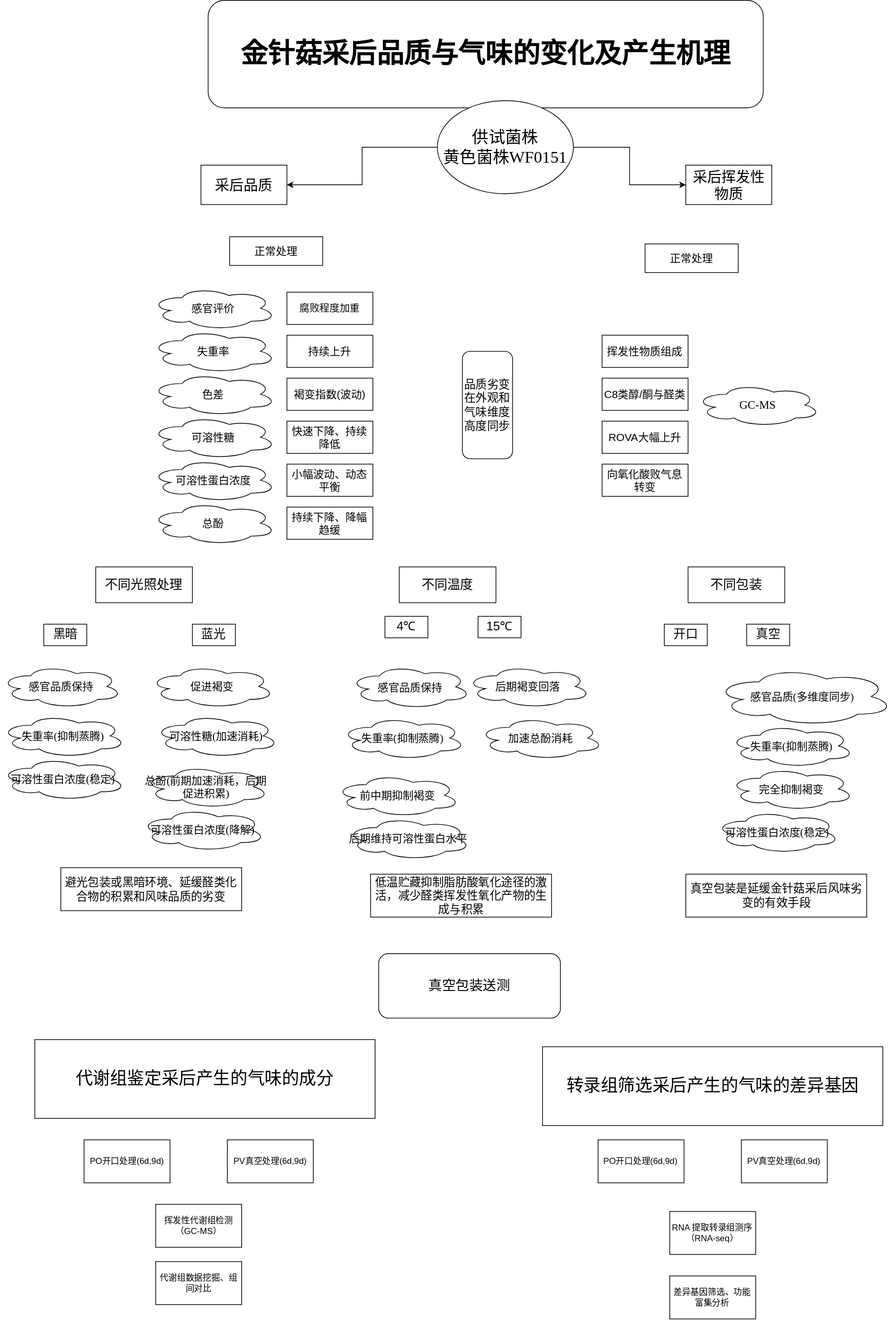
The draw.io diagram BBBY.svg in Darling-02-02/study, before a commit. Source tidied: cells renumbered, new cells last; positions are measured from the earlier drawing's top-left corner, leaving out a move shared by most shapes.
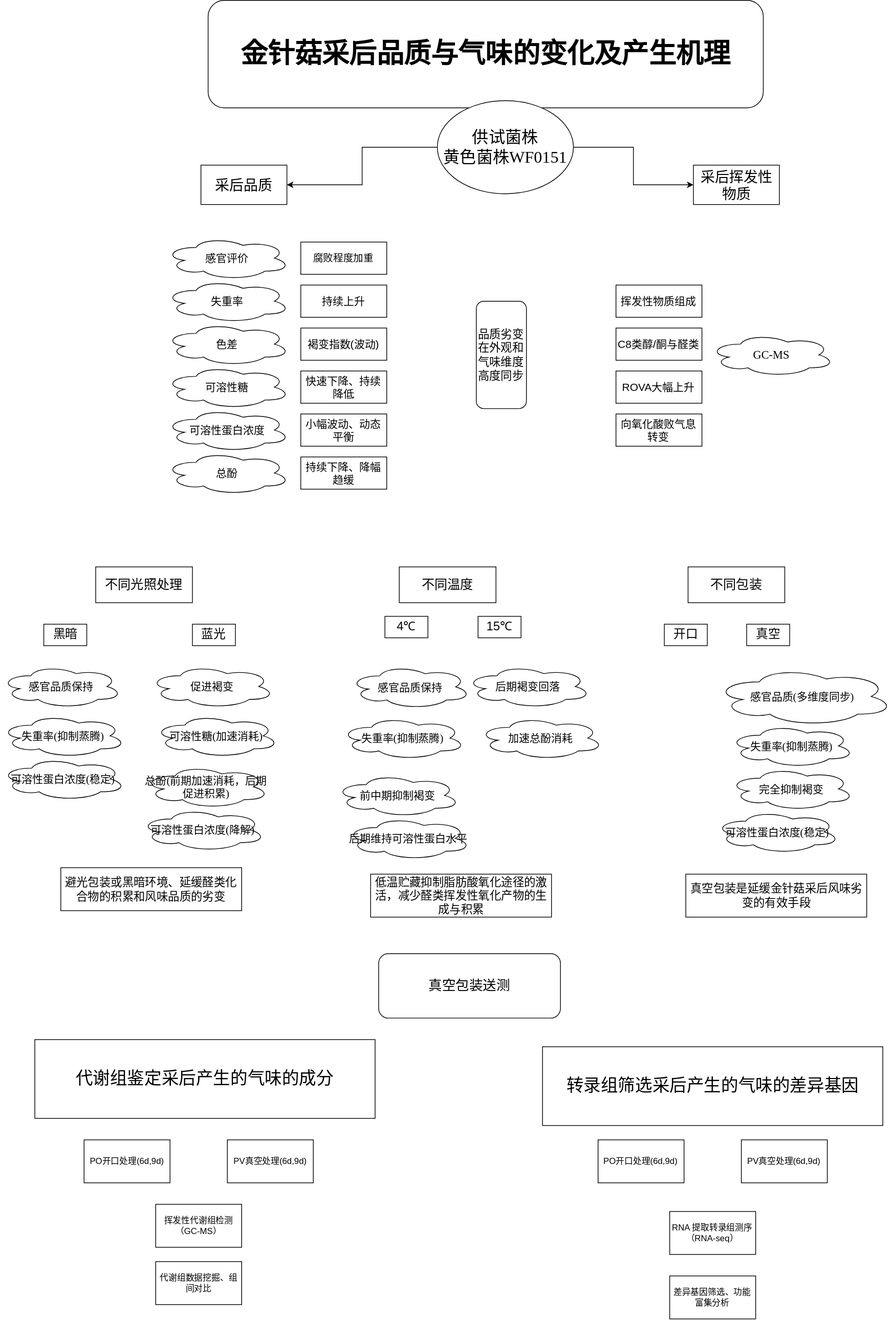
After the change.

Diff of the diagram source:
```diff
@@ -6,7 +6,7 @@
       <mxGeometry x="290" width="775" height="150" as="geometry" />
     </mxCell>
     <mxCell id="3" value="&lt;span style=&quot;font-family: 黑体; text-transform: uppercase;&quot;&gt;&lt;font style=&quot;font-size: 15px;&quot;&gt;可溶性蛋白浓度&lt;/font&gt;&lt;/span&gt;" style="ellipse;shape=cloud;whiteSpace=wrap;html=1;" parent="1" vertex="1">
-      <mxGeometry x="210" y="640" width="175" height="60" as="geometry" />
+      <mxGeometry x="229.4" y="570" width="175" height="60" as="geometry" />
     </mxCell>
     <mxCell id="4" style="edgeStyle=orthogonalEdgeStyle;rounded=0;jettySize=auto;html=1;entryX=0;entryY=0.5;entryDx=0;entryDy=0;" parent="1" edge="1" source="6" target="23">
       <mxGeometry relative="1" as="geometry" />
@@ -21,74 +21,68 @@
       <mxGeometry x="756.9" y="1461" width="475" height="110" as="geometry" />
     </mxCell>
     <mxCell id="8" value="&lt;font style=&quot;font-size: 15px;&quot;&gt;持续下降、降幅趋缓&lt;/font&gt;" style="rounded=0;whiteSpace=wrap;html=1;" parent="1" vertex="1">
-      <mxGeometry x="400" y="707.5" width="120" height="45" as="geometry" />
+      <mxGeometry x="419.4" y="637.5" width="120" height="45" as="geometry" />
     </mxCell>
     <mxCell id="9" value="&lt;font style=&quot;font-size: 16px;&quot;&gt;&lt;div style=&quot;text-align: center;&quot;&gt;品质劣变在外观和气味维度高度同步&lt;/div&gt;&lt;/font&gt;" style="rounded=1;whiteSpace=wrap;html=1;direction=south;" parent="1" vertex="1">
-      <mxGeometry x="645" y="490" width="70" height="150" as="geometry" />
+      <mxGeometry x="664.4" y="420" width="70" height="150" as="geometry" />
     </mxCell>
     <mxCell id="10" style="edgeStyle=orthogonalEdgeStyle;rounded=0;orthogonalLoop=1;jettySize=auto;html=1;innerLoopWaypoints=1;exitX=0.5;exitY=1;exitDx=0;exitDy=0;" parent="1" edge="1">
       <mxGeometry relative="1" as="geometry">
-        <mxPoint x="1114.3" y="522.5" as="sourcePoint" />
-        <mxPoint x="1114.3" y="522.5" as="targetPoint" />
+        <mxPoint x="1133.7" y="452.5" as="sourcePoint" />
+        <mxPoint x="1133.7" y="452.5" as="targetPoint" />
       </mxGeometry>
     </mxCell>
     <mxCell id="11" value="&lt;font style=&quot;font-size: 18px;&quot;&gt;不同光照处理&lt;/font&gt;" style="rounded=0;whiteSpace=wrap;html=1;" parent="1" vertex="1">
       <mxGeometry x="133.1" y="791" width="135" height="50" as="geometry" />
     </mxCell>
     <mxCell id="12" value="&lt;span style=&quot;font-family: 黑体; text-transform: uppercase;&quot;&gt;&lt;font style=&quot;font-size: 15px;&quot;&gt;可溶性糖&lt;/font&gt;&lt;/span&gt;" style="ellipse;shape=cloud;whiteSpace=wrap;html=1;" parent="1" vertex="1">
-      <mxGeometry x="210" y="580" width="175" height="60" as="geometry" />
+      <mxGeometry x="229.4" y="510" width="175" height="60" as="geometry" />
     </mxCell>
     <mxCell id="13" value="&lt;span style=&quot;font-family: 黑体; text-transform: uppercase;&quot;&gt;&lt;font style=&quot;font-size: 15px;&quot;&gt;总酚&lt;/font&gt;&lt;/span&gt;" style="ellipse;shape=cloud;whiteSpace=wrap;html=1;" parent="1" vertex="1">
-      <mxGeometry x="210" y="700" width="175" height="60" as="geometry" />
+      <mxGeometry x="229.4" y="630" width="175" height="60" as="geometry" />
     </mxCell>
     <mxCell id="14" value="&lt;span style=&quot;font-family: 黑体; text-transform: uppercase;&quot;&gt;&lt;font style=&quot;font-size: 15px;&quot;&gt;色差&lt;/font&gt;&lt;/span&gt;" style="ellipse;shape=cloud;whiteSpace=wrap;html=1;" parent="1" vertex="1">
-      <mxGeometry x="210" y="520" width="175" height="60" as="geometry" />
+      <mxGeometry x="229.4" y="450" width="175" height="60" as="geometry" />
     </mxCell>
     <mxCell id="15" value="&lt;font face=&quot;黑体&quot;&gt;&lt;span style=&quot;font-size: 15px; text-transform: uppercase;&quot;&gt;失重率&lt;/span&gt;&lt;/font&gt;" style="ellipse;shape=cloud;whiteSpace=wrap;html=1;" parent="1" vertex="1">
-      <mxGeometry x="210" y="460" width="175" height="60" as="geometry" />
+      <mxGeometry x="229.4" y="390" width="175" height="60" as="geometry" />
     </mxCell>
     <mxCell id="16" value="&lt;span style=&quot;font-family: 黑体; text-transform: uppercase;&quot;&gt;&lt;font style=&quot;font-size: 15px;&quot;&gt;感官评价&lt;/font&gt;&lt;/span&gt;" style="ellipse;shape=cloud;whiteSpace=wrap;html=1;" parent="1" vertex="1">
-      <mxGeometry x="210" y="400" width="175" height="60" as="geometry" />
+      <mxGeometry x="229.4" y="330" width="175" height="60" as="geometry" />
     </mxCell>
     <mxCell id="17" value="&lt;font style=&quot;font-size: 15px;&quot;&gt;小幅波动、动态平衡&lt;/font&gt;" style="rounded=0;whiteSpace=wrap;html=1;" parent="1" vertex="1">
-      <mxGeometry x="400" y="647.5" width="120" height="45" as="geometry" />
+      <mxGeometry x="419.4" y="577.5" width="120" height="45" as="geometry" />
     </mxCell>
     <mxCell id="18" value="&lt;font style=&quot;font-size: 15px;&quot;&gt;快速下降、持续降低&lt;/font&gt;" style="rounded=0;whiteSpace=wrap;html=1;" parent="1" vertex="1">
-      <mxGeometry x="400" y="587.5" width="120" height="45" as="geometry" />
+      <mxGeometry x="419.4" y="517.5" width="120" height="45" as="geometry" />
     </mxCell>
     <mxCell id="19" value="&lt;font style=&quot;font-size: 15px;&quot;&gt;褐变指数(波动)&lt;/font&gt;" style="rounded=0;whiteSpace=wrap;html=1;" parent="1" vertex="1">
-      <mxGeometry x="400" y="527.5" width="120" height="45" as="geometry" />
+      <mxGeometry x="419.4" y="457.5" width="120" height="45" as="geometry" />
     </mxCell>
     <mxCell id="20" value="&lt;font style=&quot;font-size: 15px;&quot;&gt;持续上升&lt;/font&gt;" style="rounded=0;whiteSpace=wrap;html=1;" parent="1" vertex="1">
-      <mxGeometry x="400" y="467.5" width="120" height="45" as="geometry" />
+      <mxGeometry x="419.4" y="397.5" width="120" height="45" as="geometry" />
     </mxCell>
     <mxCell id="21" value="&lt;font style=&quot;font-size: 14px;&quot;&gt;腐败程度加重&lt;/font&gt;" style="rounded=0;whiteSpace=wrap;html=1;" parent="1" vertex="1">
-      <mxGeometry x="400" y="407.5" width="120" height="45" as="geometry" />
+      <mxGeometry x="419.4" y="337.5" width="120" height="45" as="geometry" />
     </mxCell>
-    <mxCell id="22" value="&lt;font style=&quot;font-size: 15px;&quot;&gt;正常处理&lt;/font&gt;" style="rounded=0;whiteSpace=wrap;html=1;" parent="1" vertex="1">
-      <mxGeometry x="320" y="330" width="130" height="40" as="geometry" />
-    </mxCell>
     <mxCell id="23" value="&lt;font style=&quot;font-size: 20px;&quot; face=&quot;Times New Roman&quot;&gt;采后挥发性物质&lt;/font&gt;" style="rounded=0;whiteSpace=wrap;html=1;" parent="1" vertex="1">
-      <mxGeometry x="956.9" y="230" width="120" height="55" as="geometry" />
+      <mxGeometry x="967.5" y="230" width="120" height="55" as="geometry" />
     </mxCell>
     <mxCell id="24" value="&lt;span style=&quot;font-family: 黑体; font-size: 16px;&quot;&gt;GC-MS&lt;/span&gt;" style="ellipse;shape=cloud;whiteSpace=wrap;html=1;" parent="1" vertex="1">
-      <mxGeometry x="970" y="535" width="175" height="60" as="geometry" />
+      <mxGeometry x="989.4" y="465" width="175" height="60" as="geometry" />
     </mxCell>
     <mxCell id="25" value="&lt;font style=&quot;font-size: 15px;&quot;&gt;挥发性物质组成&lt;/font&gt;" style="rounded=0;whiteSpace=wrap;html=1;" parent="1" vertex="1">
-      <mxGeometry x="840" y="467.5" width="120" height="45" as="geometry" />
+      <mxGeometry x="859.4" y="397.5" width="120" height="45" as="geometry" />
     </mxCell>
     <mxCell id="26" value="&lt;span style=&quot;text-align: left; background-color: rgb(255, 255, 255);&quot;&gt;&lt;font style=&quot;font-size: 15px;&quot;&gt;C8类醇/酮与醛类&lt;/font&gt;&lt;/span&gt;" style="rounded=0;whiteSpace=wrap;html=1;" parent="1" vertex="1">
-      <mxGeometry x="840" y="527.5" width="120" height="45" as="geometry" />
+      <mxGeometry x="859.4" y="457.5" width="120" height="45" as="geometry" />
     </mxCell>
     <mxCell id="27" value="&lt;font style=&quot;font-size: 15px;&quot;&gt;ROVA大幅上升&lt;/font&gt;" style="rounded=0;whiteSpace=wrap;html=1;" parent="1" vertex="1">
-      <mxGeometry x="840" y="587.5" width="120" height="45" as="geometry" />
+      <mxGeometry x="859.4" y="517.5" width="120" height="45" as="geometry" />
     </mxCell>
     <mxCell id="28" value="&lt;span style=&quot;font-family: 宋体;&quot;&gt;&lt;font style=&quot;font-size: 15px;&quot;&gt;向氧化酸败气息转变&lt;/font&gt;&lt;/span&gt;" style="rounded=0;whiteSpace=wrap;html=1;" parent="1" vertex="1">
-      <mxGeometry x="840" y="647.5" width="120" height="45" as="geometry" />
+      <mxGeometry x="859.4" y="577.5" width="120" height="45" as="geometry" />
     </mxCell>
-    <mxCell id="29" value="&lt;font style=&quot;font-size: 15px;&quot;&gt;正常处理&lt;/font&gt;" style="rounded=0;whiteSpace=wrap;html=1;" parent="1" vertex="1">
-      <mxGeometry x="900" y="340" width="130" height="40" as="geometry" />
-    </mxCell>
     <mxCell id="30" value="&lt;font style=&quot;font-size: 18px;&quot;&gt;不同温度&lt;/font&gt;" style="rounded=0;whiteSpace=wrap;html=1;" parent="1" vertex="1">
       <mxGeometry x="556.9" y="791" width="135" height="50" as="geometry" />
     </mxCell>
```
